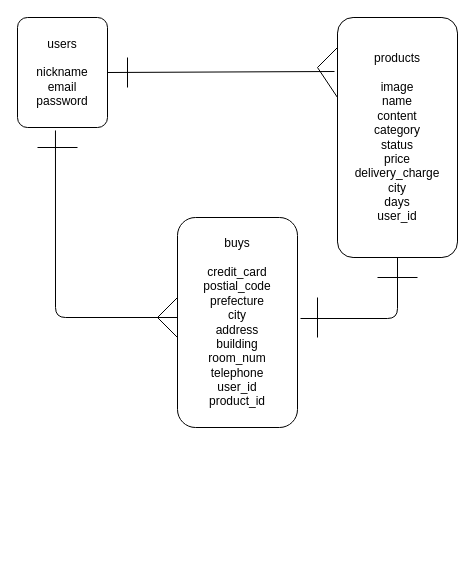
The draw.io diagram furima.drawio in konoha1230/furima-32358, before the edit. Source tidied: cells renumbered, new cells numbered last; positions are measured from the earlier drawing's top-left corner, leaving out a move shared by most shapes. Both pictures are drawn from the tidied source at 100%, with x=0, y=0 at pixel (17, 17).
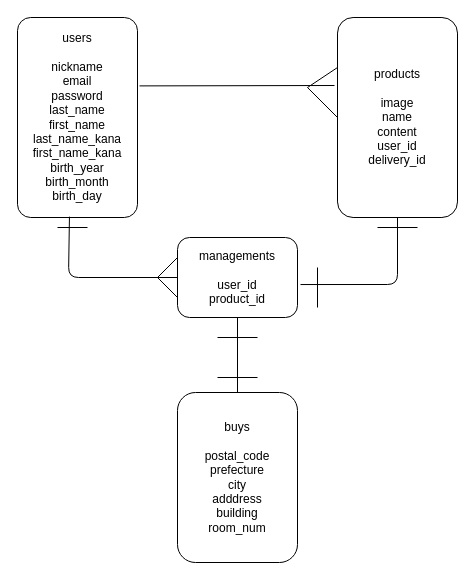
Above is the later version.

Commit message (it also covers changes not shown here):
ER図とREADMEの修正

Change to the diagram source:
```diff
@@
-    <mxCell id="2" value="users&lt;br&gt;&lt;br&gt;nickname&lt;br&gt;email&lt;br&gt;password" style="rounded=1;whiteSpace=wrap;html=1;arcSize=11;" parent="1" vertex="1">
-      <mxGeometry width="90" height="110" as="geometry" />
+    <mxCell id="2" value="users&lt;br&gt;&lt;br&gt;nickname&lt;br&gt;email&lt;br&gt;password&lt;br&gt;last_name&lt;br&gt;first_name&lt;br&gt;last_name_kana&lt;br&gt;first_name_kana&lt;br&gt;birth_year&lt;br&gt;birth_month&lt;br&gt;birth_day" style="rounded=1;whiteSpace=wrap;html=1;arcSize=11;" parent="1" vertex="1">
+      <mxGeometry width="120" height="200" as="geometry" />
     </mxCell>
-    <mxCell id="3" value="products&lt;br&gt;&lt;br&gt;image&lt;br&gt;name&lt;br&gt;content&lt;br&gt;category&lt;br&gt;status&lt;br&gt;price&lt;br&gt;delivery_charge&lt;br&gt;city&lt;br&gt;days&lt;br&gt;user_id" style="rounded=1;whiteSpace=wrap;html=1;arcSize=13;align=center;" parent="1" vertex="1">
-      <mxGeometry x="320" width="120" height="240" as="geometry" />
+    <mxCell id="3" value="products&lt;br&gt;&lt;br&gt;image&lt;br&gt;name&lt;br&gt;content&lt;br&gt;user_id&lt;br&gt;delivery_id" style="rounded=1;whiteSpace=wrap;html=1;arcSize=13;align=center;" parent="1" vertex="1">
+      <mxGeometry x="320" width="120" height="200" as="geometry" />
     </mxCell>
-    <mxCell id="4" value="buys&lt;br&gt;&lt;br&gt;credit_card&lt;br&gt;postial_code&lt;br&gt;prefecture&lt;br&gt;city&lt;br&gt;address&lt;br&gt;building&lt;br&gt;room_num&lt;br&gt;telephone&lt;br&gt;user_id&lt;br&gt;product_id" style="rounded=1;whiteSpace=wrap;html=1;align=center;" parent="1" vertex="1">
-      <mxGeometry x="160" y="200" width="120" height="210" as="geometry" />
+    <mxCell id="4" value="buys&lt;br&gt;&lt;br&gt;postal_code&lt;br&gt;prefecture&lt;br&gt;city&lt;br&gt;adddress&lt;br&gt;building&lt;br&gt;room_num" style="rounded=1;whiteSpace=wrap;html=1;align=center;" parent="1" vertex="1">
+      <mxGeometry x="160" y="375" width="120" height="170" as="geometry" />
     </mxCell>
-    <mxCell id="5" style="endArrow=none;html=1;exitX=1;exitY=0.5;exitDx=0;exitDy=0;entryX=-0.025;entryY=0.225;entryDx=0;entryDy=0;entryPerimeter=0;" parent="1" edge="1" source="2" target="3">
-      <mxGeometry relative="1" as="geometry" />
+    <mxCell id="5" style="endArrow=none;html=1;exitX=1.017;exitY=0.342;exitDx=0;exitDy=0;exitPerimeter=0;" parent="1" edge="1" source="2">
+      <mxGeometry relative="1" as="geometry">
+        <mxPoint x="317" y="68" as="targetPoint" />
+      </mxGeometry>
     </mxCell>
-    <mxCell id="6" style="endArrow=none;html=1;" parent="1" edge="1">
-      <mxGeometry relative="1" as="geometry">
-        <mxPoint x="110" y="70" as="sourcePoint" />
-        <mxPoint x="110" y="40" as="targetPoint" />
-      </mxGeometry>
-    </mxCell>
-    <mxCell id="7" style="endArrow=none;html=1;" parent="1" edge="1">
-      <mxGeometry relative="1" as="geometry">
-        <mxPoint x="283" y="301" as="sourcePoint" />
-        <mxPoint x="380" y="240" as="targetPoint" />
-        <Array as="points">
-          <mxPoint x="380" y="301" />
-        </Array>
-      </mxGeometry>
-    </mxCell>
-    <mxCell id="8" style="endArrow=none;html=1;" parent="1" edge="1">
+    <mxCell id="8" style="endArrow=none;html=1;entryX=0.5;entryY=1;entryDx=0;entryDy=0;exitX=1.025;exitY=0.588;exitDx=0;exitDy=0;exitPerimeter=0;" parent="1" edge="1" source="16" target="3">
       <mxGeometry relative="1" as="geometry">
-        <mxPoint x="300" y="320" as="sourcePoint" />
-        <mxPoint x="300" y="280" as="targetPoint" />
+        <Array as="points">
+          <mxPoint x="380" y="267" />
+        </Array>
       </mxGeometry>
     </mxCell>
-    <mxCell id="9" style="endArrow=none;html=1;" parent="1" edge="1">
-      <mxGeometry relative="1" as="geometry">
-        <mxPoint x="360" y="260" as="sourcePoint" />
-        <mxPoint x="400" y="260" as="targetPoint" />
-      </mxGeometry>
-    </mxCell>
-    <mxCell id="10" style="endArrow=none;html=1;exitX=0.422;exitY=1.027;exitDx=0;exitDy=0;exitPerimeter=0;" parent="1" edge="1" source="2">
+    <mxCell id="10" style="endArrow=none;html=1;exitX=0.433;exitY=0.996;exitDx=0;exitDy=0;exitPerimeter=0;entryX=0;entryY=0.5;entryDx=0;entryDy=0;" parent="1" edge="1" source="2" target="16">
       <mxGeometry relative="1" as="geometry">
-        <mxPoint x="160" y="300" as="targetPoint" />
         <Array as="points">
-          <mxPoint x="38" y="300" />
+          <mxPoint x="51" y="260" />
         </Array>
       </mxGeometry>
     </mxCell>
-    <mxCell id="11" style="endArrow=none;html=1;" parent="1" edge="1">
-      <mxGeometry relative="1" as="geometry">
-        <mxPoint x="20" y="130" as="sourcePoint" />
-        <mxPoint x="60" y="130" as="targetPoint" />
-      </mxGeometry>
-    </mxCell>
-    <mxCell id="12" style="endArrow=none;html=1;" parent="1" edge="1">
-      <mxGeometry relative="1" as="geometry">
-        <mxPoint x="140" y="300" as="sourcePoint" />
-        <mxPoint x="160" y="280" as="targetPoint" />
-      </mxGeometry>
-    </mxCell>
-    <mxCell id="13" style="endArrow=none;html=1;" parent="1" edge="1">
-      <mxGeometry relative="1" as="geometry">
-        <mxPoint x="140" y="300" as="sourcePoint" />
-        <mxPoint x="160" y="320" as="targetPoint" />
-      </mxGeometry>
-    </mxCell>
-    <mxCell id="14" style="endArrow=none;html=1;" parent="1" edge="1">
+    <mxCell id="14" style="endArrow=none;html=1;entryX=0;entryY=0.25;entryDx=0;entryDy=0;" parent="1" edge="1" target="3">
       <mxGeometry relative="1" as="geometry">
-        <mxPoint x="300" y="50" as="sourcePoint" />
-        <mxPoint x="320" y="30" as="targetPoint" />
+        <mxPoint x="290" y="70" as="sourcePoint" />
       </mxGeometry>
     </mxCell>
-    <mxCell id="15" style="endArrow=none;html=1;" parent="1" edge="1">
+    <mxCell id="15" style="endArrow=none;html=1;entryX=0;entryY=0.5;entryDx=0;entryDy=0;" parent="1" edge="1" target="3">
       <mxGeometry relative="1" as="geometry">
-        <mxPoint x="300" y="50" as="sourcePoint" />
-        <mxPoint x="320" y="80" as="targetPoint" />
+        <mxPoint x="290" y="70" as="sourcePoint" />
       </mxGeometry>
     </mxCell>
+    <mxCell id="16" value="managements&lt;br&gt;&lt;br&gt;user_id&lt;br&gt;product_id" style="rounded=1;whiteSpace=wrap;html=1;align=center;" parent="1" vertex="1">
+      <mxGeometry x="160" y="220" width="120" height="80" as="geometry" />
+    </mxCell>
+    <mxCell id="17" style="endArrow=none;html=1;entryX=0.5;entryY=1;entryDx=0;entryDy=0;exitX=0.5;exitY=0;exitDx=0;exitDy=0;" parent="1" edge="1" source="4" target="16">
+      <mxGeometry relative="1" as="geometry" />
+    </mxCell>
+    <mxCell id="18" style="endArrow=none;html=1;" parent="1" edge="1">
+      <mxGeometry relative="1" as="geometry">
+        <mxPoint x="200" y="360" as="sourcePoint" />
+        <mxPoint x="240" y="360" as="targetPoint" />
+      </mxGeometry>
+    </mxCell>
+    <mxCell id="19" style="endArrow=none;html=1;" parent="1" edge="1">
+      <mxGeometry relative="1" as="geometry">
+        <mxPoint x="200" y="320" as="sourcePoint" />
+        <mxPoint x="240" y="320" as="targetPoint" />
+      </mxGeometry>
+    </mxCell>
+    <mxCell id="20" style="endArrow=none;html=1;" parent="1" edge="1">
+      <mxGeometry relative="1" as="geometry">
+        <mxPoint x="300" y="290" as="sourcePoint" />
+        <mxPoint x="300" y="250" as="targetPoint" />
+      </mxGeometry>
+    </mxCell>
+    <mxCell id="21" style="endArrow=none;html=1;entryX=0;entryY=0.25;entryDx=0;entryDy=0;" parent="1" edge="1" target="16">
+      <mxGeometry relative="1" as="geometry">
+        <mxPoint x="140" y="260" as="sourcePoint" />
+      </mxGeometry>
+    </mxCell>
+    <mxCell id="22" style="endArrow=none;html=1;exitX=0;exitY=0.75;exitDx=0;exitDy=0;" parent="1" edge="1" source="16">
+      <mxGeometry relative="1" as="geometry">
+        <mxPoint x="140" y="260" as="targetPoint" />
+      </mxGeometry>
+    </mxCell>
+    <mxCell id="23" style="endArrow=none;html=1;" parent="1" edge="1">
+      <mxGeometry relative="1" as="geometry">
+        <mxPoint x="40" y="210" as="sourcePoint" />
+        <mxPoint x="70" y="210" as="targetPoint" />
+      </mxGeometry>
+    </mxCell>
+    <mxCell id="24" style="endArrow=none;html=1;" parent="1" edge="1">
+      <mxGeometry relative="1" as="geometry">
+        <mxPoint x="360" y="210" as="sourcePoint" />
+        <mxPoint x="400" y="210" as="targetPoint" />
+      </mxGeometry>
+    </mxCell>
```
